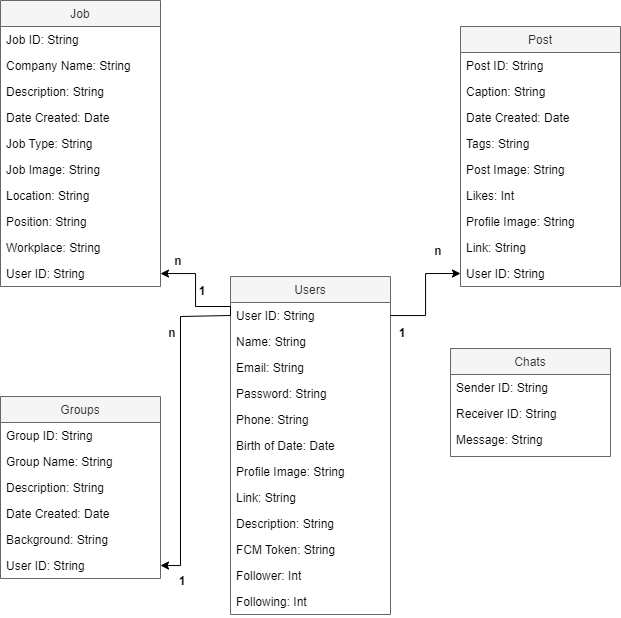
Earlier version of the draw.io export JobSharing Class Diagram.drawio.png (lil-dua/JobSharing). Source tidied: cells renumbered, new cells last; positions are measured from the earlier drawing's top-left corner, leaving out a move shared by most shapes.
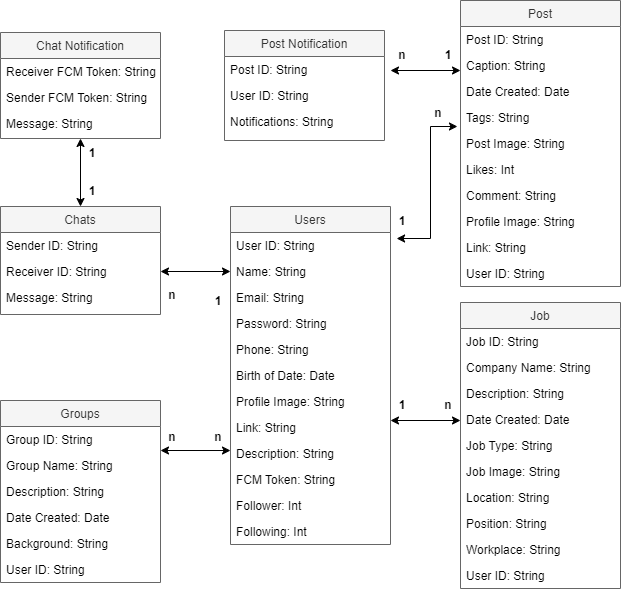
After the commit.

What changed in the source:
```diff
@@ -3,7 +3,7 @@
     <mxCell id="0" />
     <mxCell id="1" parent="0" />
     <mxCell id="2" value="Users" style="swimlane;fontStyle=0;align=center;verticalAlign=top;horizontal=1;startSize=26;rounded=0;shadow=0;strokeWidth=1;fillColor=#f5f5f5;fontColor=#333333;strokeColor=#666666;" parent="1" vertex="1">
-      <mxGeometry x="230" y="276" width="160" height="338" as="geometry" />
+      <mxGeometry x="230" y="222" width="160" height="338" as="geometry" />
     </mxCell>
     <mxCell id="3" value="User ID: String" style="text;align=left;verticalAlign=top;spacingLeft=4;spacingRight=4;overflow=hidden;points=[[0,0.5],[1,0.5]];portConstraint=eastwest;" parent="2" vertex="1">
       <mxGeometry y="26" width="160" height="26" as="geometry" />
@@ -42,7 +42,7 @@
       <mxGeometry y="312" width="160" height="26" as="geometry" />
     </mxCell>
     <mxCell id="15" value="Post" style="swimlane;fontStyle=0;align=center;verticalAlign=top;horizontal=1;startSize=26;rounded=0;shadow=0;strokeWidth=1;fillColor=#f5f5f5;fontColor=#333333;strokeColor=#666666;" parent="1" vertex="1">
-      <mxGeometry x="460" y="26" width="160" height="260" as="geometry" />
+      <mxGeometry x="460" y="16" width="160" height="286" as="geometry" />
     </mxCell>
     <mxCell id="16" value="Post ID: String" style="text;align=left;verticalAlign=top;spacingLeft=4;spacingRight=4;overflow=hidden;" parent="15" vertex="1">
       <mxGeometry y="26" width="160" height="26" as="geometry" />
@@ -62,20 +62,20 @@
     <mxCell id="21" value="Likes: Int" style="text;align=left;verticalAlign=top;spacingLeft=4;spacingRight=4;overflow=hidden;rounded=0;shadow=0;html=0;" parent="15" vertex="1">
       <mxGeometry y="156" width="160" height="26" as="geometry" />
     </mxCell>
+    <mxCell id="56" value="Comment: String" style="text;align=left;verticalAlign=top;spacingLeft=4;spacingRight=4;overflow=hidden;rounded=0;shadow=0;html=0;" parent="15" vertex="1">
+      <mxGeometry y="182" width="160" height="26" as="geometry" />
+    </mxCell>
     <mxCell id="22" value="Profile Image: String" style="text;align=left;verticalAlign=top;spacingLeft=4;spacingRight=4;overflow=hidden;rounded=0;shadow=0;html=0;" parent="15" vertex="1">
-      <mxGeometry y="182" width="160" height="26" as="geometry" />
+      <mxGeometry y="208" width="160" height="26" as="geometry" />
     </mxCell>
     <mxCell id="23" value="Link: String" style="text;align=left;verticalAlign=top;spacingLeft=4;spacingRight=4;overflow=hidden;rounded=0;shadow=0;html=0;" parent="15" vertex="1">
-      <mxGeometry y="208" width="160" height="26" as="geometry" />
+      <mxGeometry y="234" width="160" height="26" as="geometry" />
     </mxCell>
     <mxCell id="24" value="User ID: String" style="text;align=left;verticalAlign=top;spacingLeft=4;spacingRight=4;overflow=hidden;points=[[0,0.5],[1,0.5]];portConstraint=eastwest;rounded=0;shadow=0;html=0;" parent="15" vertex="1">
-      <mxGeometry y="234" width="160" height="26" as="geometry" />
+      <mxGeometry y="260" width="160" height="26" as="geometry" />
     </mxCell>
-    <mxCell id="25" style="edgeStyle=orthogonalEdgeStyle;rounded=0;jettySize=auto;html=1;entryX=0;entryY=0.5;entryDx=0;entryDy=0;" parent="1" edge="1" source="3" target="24">
-      <mxGeometry relative="1" as="geometry" />
-    </mxCell>
     <mxCell id="26" value="Job" style="swimlane;fontStyle=0;align=center;verticalAlign=top;horizontal=1;startSize=26;rounded=0;shadow=0;strokeWidth=1;fillColor=#f5f5f5;fontColor=#333333;strokeColor=#666666;" parent="1" vertex="1">
-      <mxGeometry width="160" height="286" as="geometry" />
+      <mxGeometry x="460" y="318" width="160" height="286" as="geometry" />
     </mxCell>
     <mxCell id="27" value="Job ID: String" style="text;align=left;verticalAlign=top;spacingLeft=4;spacingRight=4;overflow=hidden;" parent="26" vertex="1">
       <mxGeometry y="26" width="160" height="26" as="geometry" />
@@ -108,7 +108,7 @@
       <mxGeometry y="260" width="160" height="26" as="geometry" />
     </mxCell>
     <mxCell id="37" value="Groups" style="swimlane;fontStyle=0;align=center;verticalAlign=top;horizontal=1;startSize=26;rounded=0;shadow=0;strokeWidth=1;fillColor=#f5f5f5;fontColor=#333333;strokeColor=#666666;" parent="1" vertex="1">
-      <mxGeometry y="396" width="160" height="182" as="geometry" />
+      <mxGeometry y="416" width="160" height="182" as="geometry" />
     </mxCell>
     <mxCell id="38" value="Group ID: String" style="text;align=left;verticalAlign=top;spacingLeft=4;spacingRight=4;overflow=hidden;" parent="37" vertex="1">
       <mxGeometry y="26" width="160" height="26" as="geometry" />
@@ -129,7 +129,7 @@
       <mxGeometry y="156" width="160" height="26" as="geometry" />
     </mxCell>
     <mxCell id="44" value="Chats" style="swimlane;fontStyle=0;align=center;verticalAlign=top;horizontal=1;startSize=26;rounded=0;shadow=0;strokeWidth=1;fillColor=#f5f5f5;fontColor=#333333;strokeColor=#666666;" parent="1" vertex="1">
-      <mxGeometry x="450" y="348" width="160" height="108" as="geometry" />
+      <mxGeometry y="222" width="160" height="108" as="geometry" />
     </mxCell>
     <mxCell id="45" value="Sender ID: String" style="text;align=left;verticalAlign=top;spacingLeft=4;spacingRight=4;overflow=hidden;" parent="44" vertex="1">
       <mxGeometry y="26" width="160" height="26" as="geometry" />
@@ -140,40 +140,94 @@
     <mxCell id="47" value="Message: String" style="text;align=left;verticalAlign=top;spacingLeft=4;spacingRight=4;overflow=hidden;" parent="44" vertex="1">
       <mxGeometry y="78" width="160" height="26" as="geometry" />
     </mxCell>
-    <mxCell id="48" style="edgeStyle=orthogonalEdgeStyle;rounded=0;jettySize=auto;html=1;exitX=0;exitY=0.5;exitDx=0;exitDy=0;" parent="1" edge="1" source="3" target="36">
-      <mxGeometry relative="1" as="geometry">
-        <Array as="points">
-          <mxPoint x="230" y="306" />
-          <mxPoint x="195" y="306" />
-          <mxPoint x="195" y="273" />
-        </Array>
-      </mxGeometry>
-    </mxCell>
-    <mxCell id="49" style="edgeStyle=orthogonalEdgeStyle;rounded=0;jettySize=auto;html=1;exitX=0;exitY=0.5;exitDx=0;exitDy=0;entryX=1;entryY=0.5;entryDx=0;entryDy=0;" parent="1" edge="1" source="3" target="43">
-      <mxGeometry relative="1" as="geometry">
-        <Array as="points">
-          <mxPoint x="180" y="316" />
-          <mxPoint x="180" y="565" />
-        </Array>
-      </mxGeometry>
-    </mxCell>
-    <mxCell id="50" value="&lt;b&gt;1&lt;/b&gt;" style="text;html=1;strokeColor=none;fillColor=none;align=center;verticalAlign=middle;whiteSpace=wrap;rounded=0;" parent="1" vertex="1">
-      <mxGeometry x="170" y="566" width="24" height="30" as="geometry" />
+    <mxCell id="50" value="&lt;b&gt;n&lt;/b&gt;" style="text;html=1;strokeColor=none;fillColor=none;align=center;verticalAlign=middle;whiteSpace=wrap;rounded=0;" parent="1" vertex="1">
+      <mxGeometry x="160" y="438" width="24" height="30" as="geometry" />
     </mxCell>
     <mxCell id="51" value="&lt;b&gt;1&lt;/b&gt;" style="text;html=1;strokeColor=none;fillColor=none;align=center;verticalAlign=middle;whiteSpace=wrap;rounded=0;" parent="1" vertex="1">
-      <mxGeometry x="390" y="318" width="24" height="30" as="geometry" />
+      <mxGeometry x="390" y="222" width="24" height="30" as="geometry" />
     </mxCell>
-    <mxCell id="52" value="&lt;b&gt;1&lt;/b&gt;" style="text;html=1;strokeColor=none;fillColor=none;align=center;verticalAlign=middle;whiteSpace=wrap;rounded=0;" parent="1" vertex="1">
-      <mxGeometry x="190" y="276" width="24" height="30" as="geometry" />
-    </mxCell>
-    <mxCell id="53" value="&lt;b&gt;n&lt;/b&gt;" style="text;html=1;strokeColor=none;fillColor=none;align=center;verticalAlign=middle;whiteSpace=wrap;rounded=0;" parent="1" vertex="1">
-      <mxGeometry x="166" y="246" width="24" height="30" as="geometry" />
-    </mxCell>
     <mxCell id="54" value="&lt;b&gt;n&lt;/b&gt;" style="text;html=1;strokeColor=none;fillColor=none;align=center;verticalAlign=middle;whiteSpace=wrap;rounded=0;" parent="1" vertex="1">
-      <mxGeometry x="426" y="236" width="24" height="30" as="geometry" />
+      <mxGeometry x="426" y="114" width="24" height="30" as="geometry" />
     </mxCell>
     <mxCell id="55" value="&lt;b&gt;n&lt;/b&gt;" style="text;html=1;strokeColor=none;fillColor=none;align=center;verticalAlign=middle;whiteSpace=wrap;rounded=0;" parent="1" vertex="1">
-      <mxGeometry x="160" y="318" width="24" height="30" as="geometry" />
+      <mxGeometry x="206" y="438" width="24" height="30" as="geometry" />
     </mxCell>
+    <mxCell id="57" style="endArrow=classic;startArrow=classic;html=1;rounded=0;exitX=0;exitY=1;exitDx=0;exitDy=0;entryX=1;entryY=1;entryDx=0;entryDy=0;" parent="1" edge="1" source="59" target="60">
+      <mxGeometry relative="1" as="geometry" />
+    </mxCell>
+    <mxCell id="58" style="endArrow=classic;startArrow=classic;html=1;rounded=0;exitX=1.038;exitY=0.231;exitDx=0;exitDy=0;exitPerimeter=0;entryX=-0.019;entryY=0.846;entryDx=0;entryDy=0;entryPerimeter=0;" parent="1" edge="1" source="3" target="19">
+      <mxGeometry relative="1" as="geometry">
+        <Array as="points">
+          <mxPoint x="430" y="254" />
+          <mxPoint x="430" y="142" />
+        </Array>
+      </mxGeometry>
+    </mxCell>
+    <mxCell id="59" value="&lt;b&gt;1&lt;/b&gt;" style="text;html=1;strokeColor=none;fillColor=none;align=center;verticalAlign=middle;whiteSpace=wrap;rounded=0;" parent="1" vertex="1">
+      <mxGeometry x="390" y="406" width="24" height="30" as="geometry" />
+    </mxCell>
+    <mxCell id="60" value="&lt;b&gt;n&lt;/b&gt;" style="text;html=1;strokeColor=none;fillColor=none;align=center;verticalAlign=middle;whiteSpace=wrap;rounded=0;" parent="1" vertex="1">
+      <mxGeometry x="436" y="406" width="24" height="30" as="geometry" />
+    </mxCell>
+    <mxCell id="61" value="Post Notification" style="swimlane;fontStyle=0;align=center;verticalAlign=top;horizontal=1;startSize=26;rounded=0;shadow=0;strokeWidth=1;fillColor=#f5f5f5;fontColor=#333333;strokeColor=#666666;" parent="1" vertex="1">
+      <mxGeometry x="224" y="46" width="160" height="110" as="geometry" />
+    </mxCell>
+    <mxCell id="62" value="Post ID: String" style="text;align=left;verticalAlign=top;spacingLeft=4;spacingRight=4;overflow=hidden;" parent="61" vertex="1">
+      <mxGeometry y="26" width="160" height="26" as="geometry" />
+    </mxCell>
+    <mxCell id="63" value="User ID: String" style="text;align=left;verticalAlign=top;spacingLeft=4;spacingRight=4;overflow=hidden;" parent="61" vertex="1">
+      <mxGeometry y="52" width="160" height="26" as="geometry" />
+    </mxCell>
+    <mxCell id="64" value="Notifications: String" style="text;align=left;verticalAlign=top;spacingLeft=4;spacingRight=4;overflow=hidden;" parent="61" vertex="1">
+      <mxGeometry y="78" width="160" height="26" as="geometry" />
+    </mxCell>
+    <mxCell id="65" style="endArrow=classic;startArrow=classic;html=1;rounded=0;exitX=1;exitY=0.5;exitDx=0;exitDy=0;entryX=0;entryY=0.808;entryDx=0;entryDy=0;entryPerimeter=0;" parent="1" edge="1">
+      <mxGeometry relative="1" as="geometry">
+        <mxPoint x="160" y="466" as="sourcePoint" />
+        <mxPoint x="230" y="466" as="targetPoint" />
+      </mxGeometry>
+    </mxCell>
+    <mxCell id="66" style="endArrow=classic;startArrow=classic;html=1;rounded=0;exitX=1;exitY=0.5;exitDx=0;exitDy=0;entryX=0;entryY=0.5;entryDx=0;entryDy=0;" parent="1" edge="1" source="46" target="4">
+      <mxGeometry relative="1" as="geometry" />
+    </mxCell>
+    <mxCell id="67" value="&lt;b&gt;n&lt;/b&gt;" style="text;html=1;strokeColor=none;fillColor=none;align=center;verticalAlign=middle;whiteSpace=wrap;rounded=0;" parent="1" vertex="1">
+      <mxGeometry x="160" y="296" width="24" height="30" as="geometry" />
+    </mxCell>
+    <mxCell id="68" value="&lt;b&gt;1&lt;/b&gt;" style="text;html=1;strokeColor=none;fillColor=none;align=center;verticalAlign=middle;whiteSpace=wrap;rounded=0;" parent="1" vertex="1">
+      <mxGeometry x="206" y="302" width="24" height="30" as="geometry" />
+    </mxCell>
+    <mxCell id="69" value="Chat Notification" style="swimlane;fontStyle=0;align=center;verticalAlign=top;horizontal=1;startSize=26;rounded=0;shadow=0;strokeWidth=1;fillColor=#f5f5f5;fontColor=#333333;strokeColor=#666666;" parent="1" vertex="1">
+      <mxGeometry y="48" width="160" height="106" as="geometry" />
+    </mxCell>
+    <mxCell id="70" value="Receiver FCM Token: String" style="text;align=left;verticalAlign=top;spacingLeft=4;spacingRight=4;overflow=hidden;" parent="69" vertex="1">
+      <mxGeometry y="26" width="160" height="26" as="geometry" />
+    </mxCell>
+    <mxCell id="71" value="Sender FCM Token: String" style="text;align=left;verticalAlign=top;spacingLeft=4;spacingRight=4;overflow=hidden;" parent="69" vertex="1">
+      <mxGeometry y="52" width="160" height="26" as="geometry" />
+    </mxCell>
+    <mxCell id="72" value="Message: String" style="text;align=left;verticalAlign=top;spacingLeft=4;spacingRight=4;overflow=hidden;" parent="69" vertex="1">
+      <mxGeometry y="78" width="160" height="26" as="geometry" />
+    </mxCell>
+    <mxCell id="73" style="endArrow=classic;startArrow=classic;html=1;rounded=0;exitX=0.5;exitY=0;exitDx=0;exitDy=0;entryX=0.5;entryY=1;entryDx=0;entryDy=0;" parent="1" edge="1" source="44" target="69">
+      <mxGeometry relative="1" as="geometry" />
+    </mxCell>
+    <mxCell id="74" value="&lt;b&gt;1&lt;/b&gt;" style="text;html=1;strokeColor=none;fillColor=none;align=center;verticalAlign=middle;whiteSpace=wrap;rounded=0;" parent="1" vertex="1">
+      <mxGeometry x="80" y="192" width="24" height="30" as="geometry" />
+    </mxCell>
+    <mxCell id="75" value="&lt;b&gt;1&lt;/b&gt;" style="text;html=1;strokeColor=none;fillColor=none;align=center;verticalAlign=middle;whiteSpace=wrap;rounded=0;" parent="1" vertex="1">
+      <mxGeometry x="80" y="154" width="24" height="30" as="geometry" />
+    </mxCell>
+    <mxCell id="76" style="endArrow=classic;startArrow=classic;html=1;rounded=0;exitX=1;exitY=0.5;exitDx=0;exitDy=0;entryX=0;entryY=0.5;entryDx=0;entryDy=0;" parent="1" edge="1">
+      <mxGeometry relative="1" as="geometry">
+        <mxPoint x="390" y="86" as="sourcePoint" />
+        <mxPoint x="460" y="86" as="targetPoint" />
+      </mxGeometry>
+    </mxCell>
+    <mxCell id="77" value="&lt;b&gt;1&lt;/b&gt;" style="text;html=1;strokeColor=none;fillColor=none;align=center;verticalAlign=middle;whiteSpace=wrap;rounded=0;" parent="1" vertex="1">
+      <mxGeometry x="436" y="56" width="24" height="30" as="geometry" />
+    </mxCell>
+    <mxCell id="78" value="&lt;b&gt;n&lt;/b&gt;" style="text;html=1;strokeColor=none;fillColor=none;align=center;verticalAlign=middle;whiteSpace=wrap;rounded=0;" parent="1" vertex="1">
+      <mxGeometry x="390" y="56" width="24" height="30" as="geometry" />
+    </mxCell>
   </root>
 </mxGraphModel>
```
